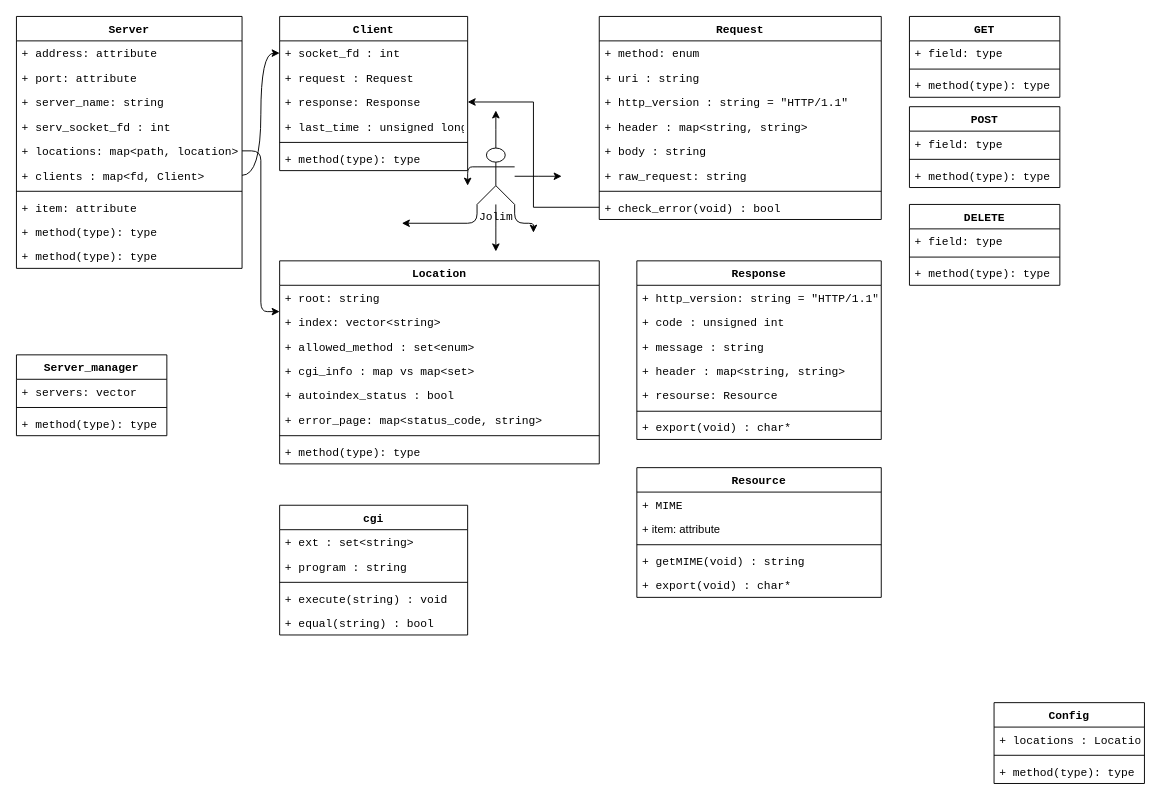
The draw.io diagram header.drawio in socketsocket/active_team, before the edit. Source tidied: cells renumbered, new cells numbered last; positions are measured from the earlier drawing's top-left corner, leaving out a move shared by most shapes. Both pictures are drawn from the tidied source at 94%, with x=0, y=0 at pixel (16, 16).
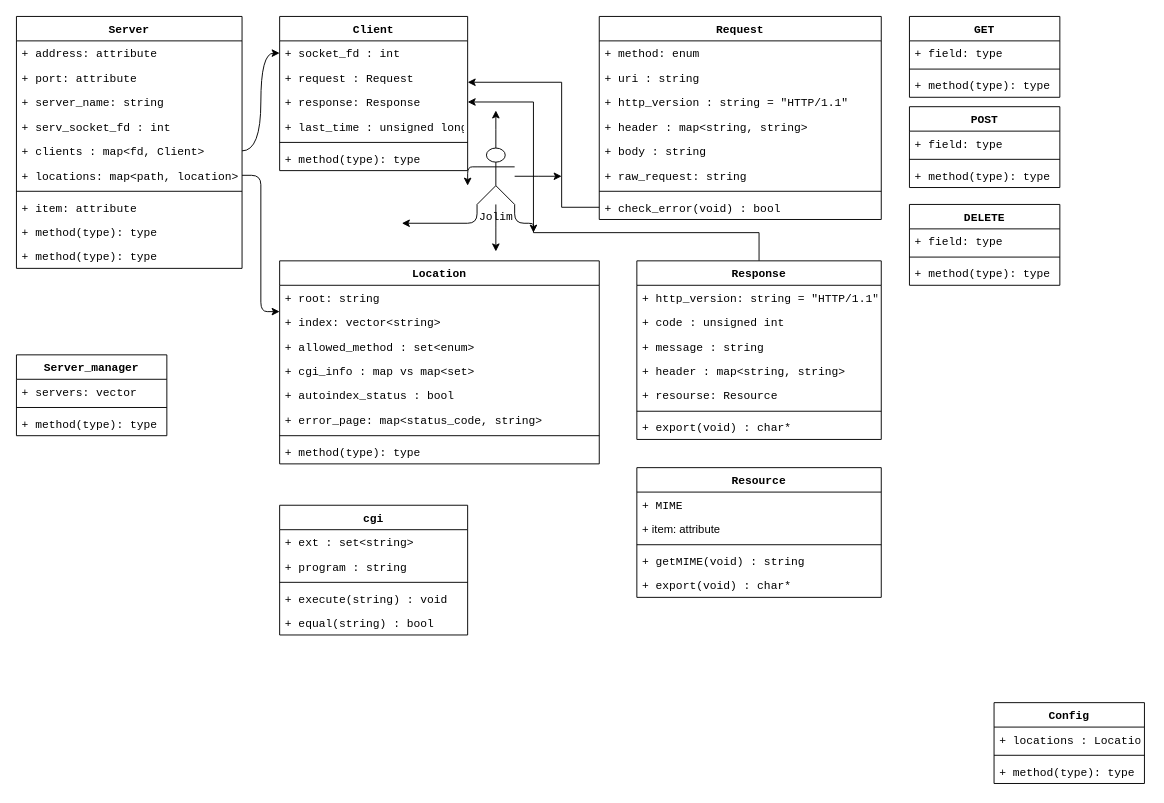
The same diagram, later.

The change refers to these unchanged cells:
```xml
<mxCell id="2" value="Server" style="swimlane;fontStyle=1;align=center;verticalAlign=top;horizontal=1;startSize=26;fontFamily=Courier New;" parent="1" vertex="1">
  <mxGeometry width="240" height="268" as="geometry" />
</mxCell>
<mxCell id="21" value="+ check_error(void) : bool" style="text;strokeColor=none;fillColor=none;align=left;verticalAlign=top;spacingLeft=4;spacingRight=4;overflow=hidden;points=[[0,0.5],[1,0.5]];portConstraint=eastwest;fontFamily=Courier New;" parent="13" vertex="1">
  <mxGeometry y="190" width="300" height="26" as="geometry" />
</mxCell>
<mxCell id="25" value="+ response: Response" style="text;strokeColor=none;fillColor=none;align=left;verticalAlign=top;spacingLeft=4;spacingRight=4;overflow=hidden;points=[[0,0.5],[1,0.5]];portConstraint=eastwest;fontFamily=Courier New;" parent="22" vertex="1">
  <mxGeometry y="78" width="200" height="26" as="geometry" />
</mxCell>
<mxCell id="35" value="Response" style="swimlane;fontStyle=1;align=center;verticalAlign=top;horizontal=1;startSize=26;fontFamily=Courier New;" parent="1" vertex="1">
  <mxGeometry x="660" y="260" width="260" height="190" as="geometry" />
</mxCell>
```

The edit, as a diff of the source:
```diff
@@
+    <mxCell id="8" value="+ clients : map&lt;fd, Client&gt;" style="text;strokeColor=none;fillColor=none;align=left;verticalAlign=top;spacingLeft=4;spacingRight=4;overflow=hidden;points=[[0,0.5],[1,0.5]];portConstraint=eastwest;fontFamily=Courier New;" parent="2" vertex="1">
+      <mxGeometry y="130" width="240" height="26" as="geometry" />
+    </mxCell>
     <mxCell id="7" value="+ locations: map&lt;path, location&gt;" style="text;strokeColor=none;fillColor=none;align=left;verticalAlign=top;spacingLeft=4;spacingRight=4;overflow=hidden;points=[[0,0.5],[1,0.5]];portConstraint=eastwest;fontFamily=Courier New;" parent="2" vertex="1">
-      <mxGeometry y="130" width="240" height="26" as="geometry" />
+      <mxGeometry y="156" width="240" height="26" as="geometry" />
     </mxCell>
-    <mxCell id="8" value="+ clients : map&lt;fd, Client&gt;" style="text;strokeColor=none;fillColor=none;align=left;verticalAlign=top;spacingLeft=4;spacingRight=4;overflow=hidden;points=[[0,0.5],[1,0.5]];portConstraint=eastwest;fontFamily=Courier New;" parent="2" vertex="1">
-      <mxGeometry y="156" width="240" height="26" as="geometry" />
-    </mxCell>
@@
+    <mxCell id="88" style="edgeStyle=orthogonalEdgeStyle;rounded=0;jettySize=auto;html=1;entryX=1;entryY=0.5;entryDx=0;entryDy=0;" parent="1" edge="1" source="35" target="25">
+      <mxGeometry relative="1" as="geometry">
+        <Array as="points">
+          <mxPoint x="790" y="230" />
+          <mxPoint x="550" y="230" />
+          <mxPoint x="550" y="91" />
+        </Array>
+      </mxGeometry>
+    </mxCell>
@@
-    <mxCell id="62" style="edgeStyle=orthogonalEdgeStyle;rounded=0;jettySize=auto;html=1;entryX=1;entryY=0.5;entryDx=0;entryDy=0;fontFamily=Courier New;" parent="1" edge="1" source="21" target="25">
-      <mxGeometry relative="1" as="geometry" />
+    <mxCell id="62" style="edgeStyle=orthogonalEdgeStyle;rounded=0;jettySize=auto;html=1;fontFamily=Courier New;" parent="1" edge="1" source="21">
+      <mxGeometry relative="1" as="geometry">
+        <mxPoint x="480" y="70" as="targetPoint" />
+        <Array as="points">
+          <mxPoint x="580" y="203" />
+          <mxPoint x="580" y="70" />
+        </Array>
+      </mxGeometry>
     </mxCell>
```
